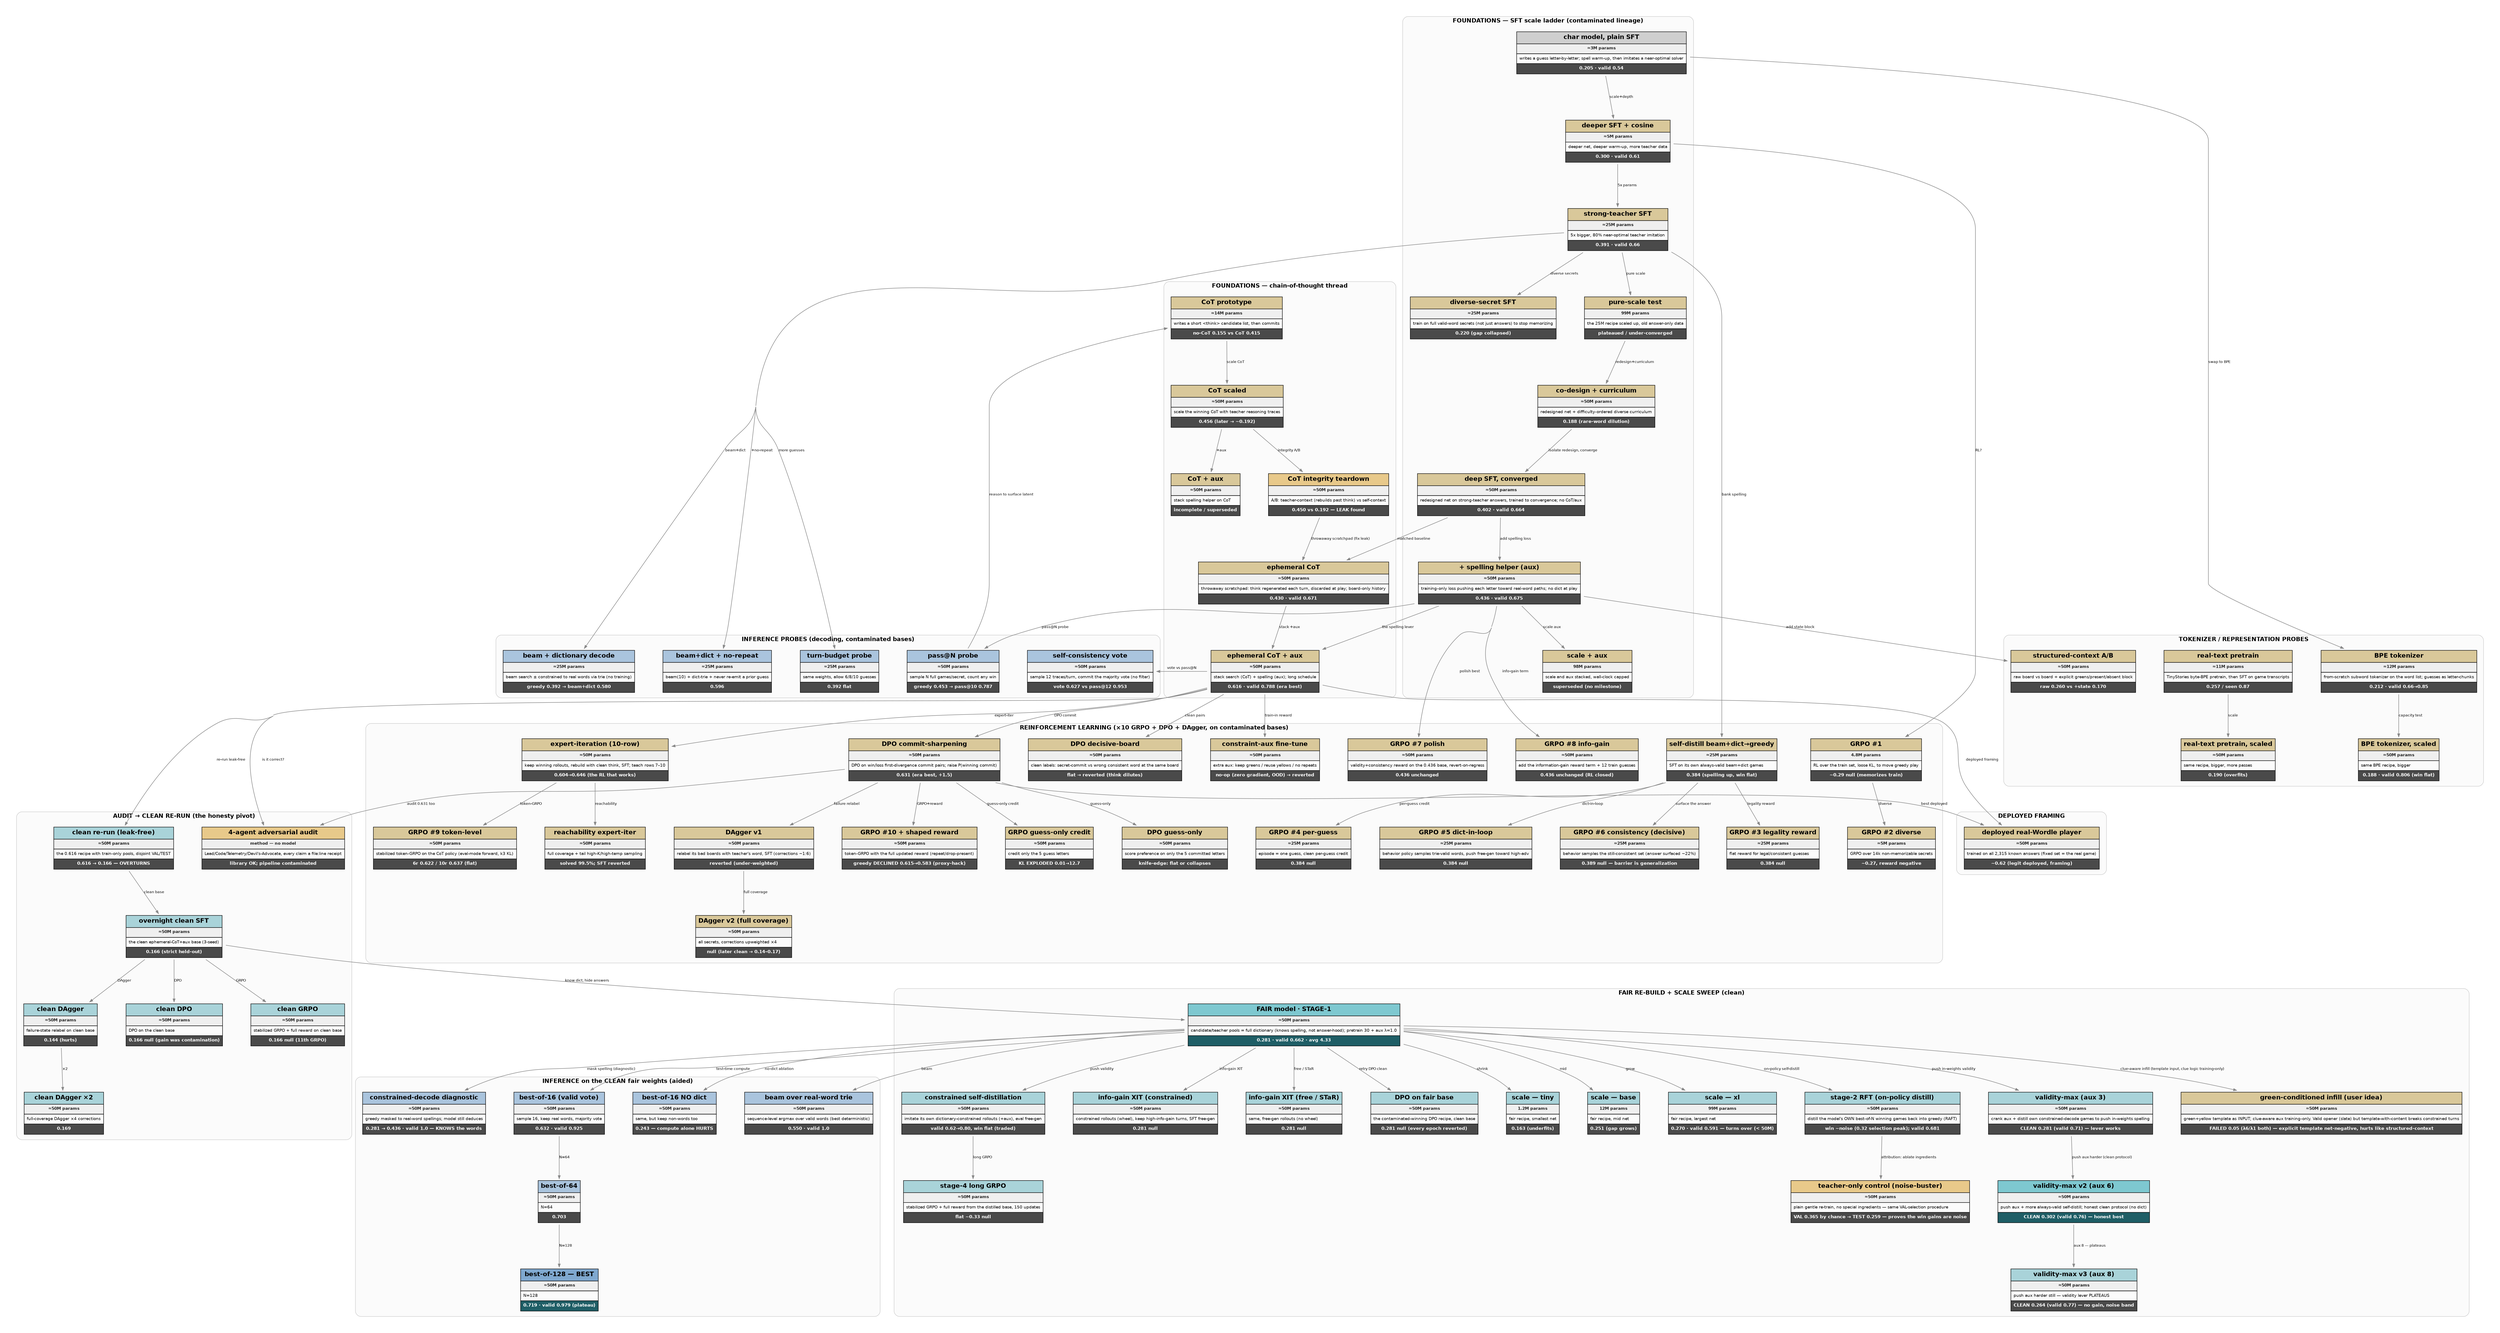
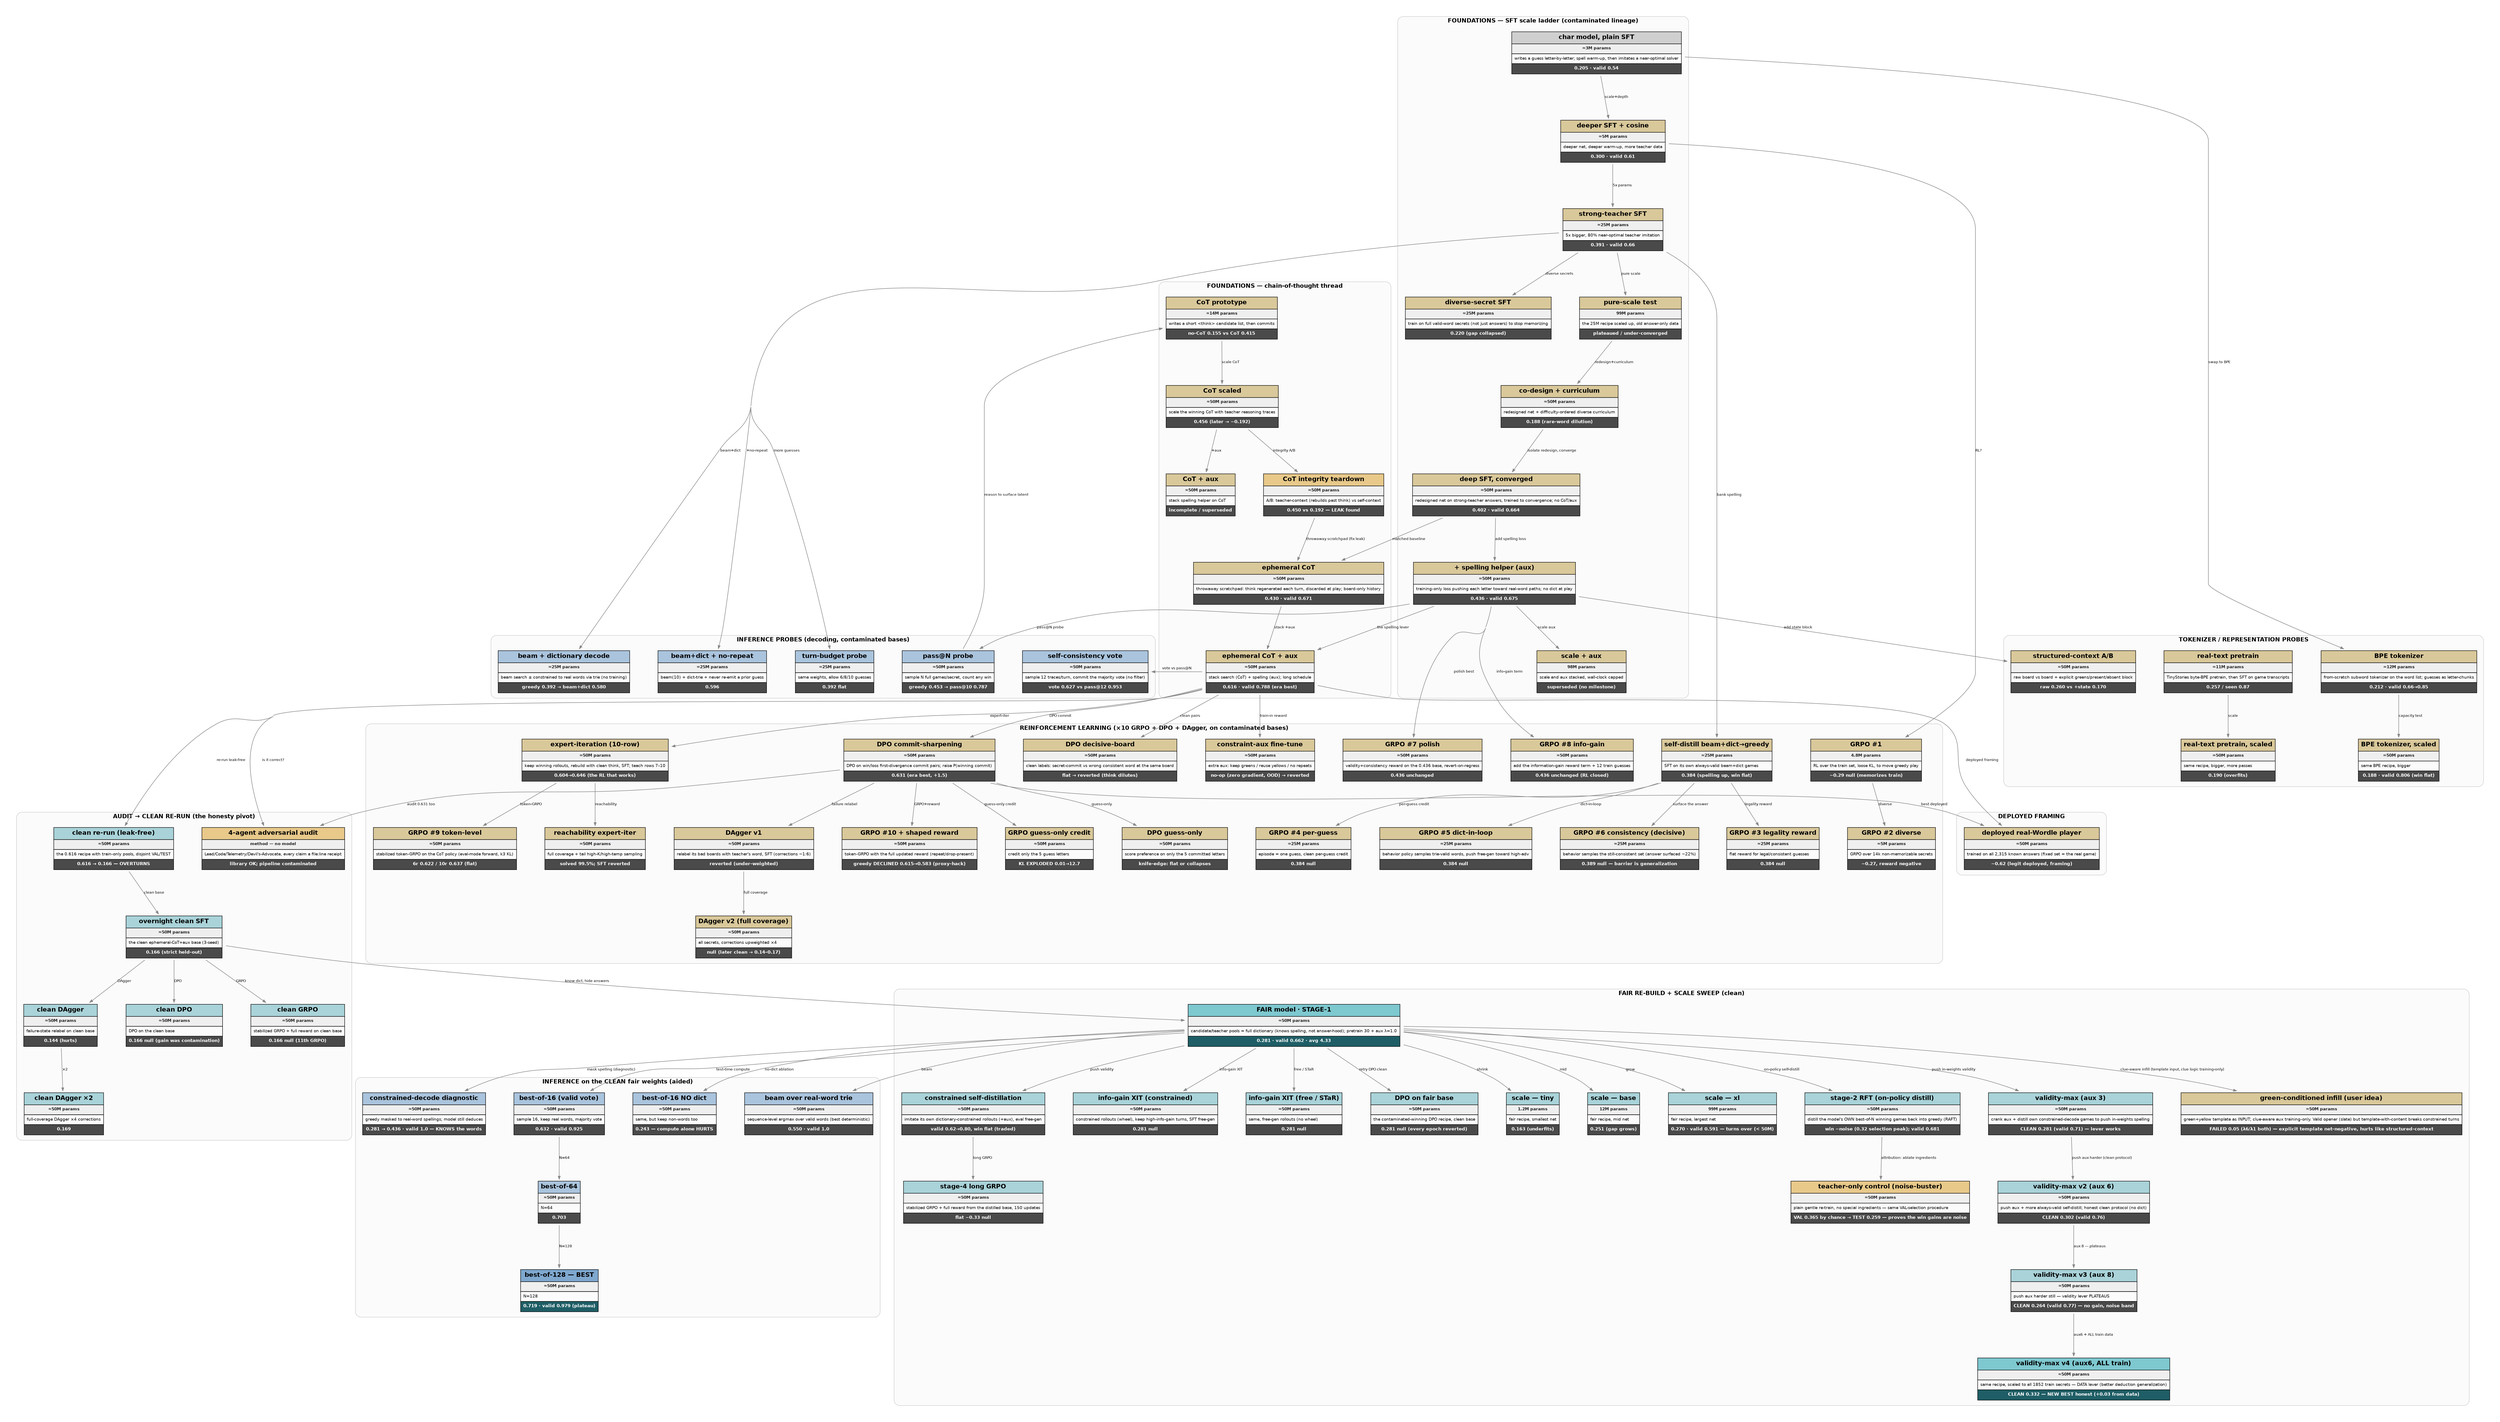
digraph experiments {
  rankdir=TB; bgcolor="white";
  graph [fontname="Helvetica", ranksep=1.2, nodesep=0.65, fontsize=13, concentrate=true, splines=spline, pad=0.4];
  node [shape=plaintext, fontname="Helvetica"];
  edge [fontname="Helvetica", fontsize=8, color="#888888", penwidth=1.1, arrowsize=0.7];
  subgraph cluster_found { label=<<B>FOUNDATIONS — SFT scale ladder (contaminated lineage)</B>>; fontsize=13; color="#cccccc"; style="rounded"; bgcolor="#fbfbfb";
    sft_3m [label=<<TABLE BORDER="0" CELLBORDER="1" CELLSPACING="0" CELLPADDING="5"><TR><TD BGCOLOR="#cfcfcf"><B>char model, plain SFT</B></TD></TR><TR><TD BGCOLOR="#efefef"><FONT POINT-SIZE="9" COLOR="#222222"><B>≈3M params</B></FONT></TD></TR><TR><TD ALIGN="LEFT"><FONT POINT-SIZE="9">writes a guess letter-by-letter; spell warm-up, then imitates a near-optimal solver</FONT></TD></TR><TR><TD BGCOLOR="#4a4a4a"><FONT COLOR="white" POINT-SIZE="10"><B>0.205 · valid 0.54</B></FONT></TD></TR></TABLE>>];
    sft_5m [label=<<TABLE BORDER="0" CELLBORDER="1" CELLSPACING="0" CELLPADDING="5"><TR><TD BGCOLOR="#d9c89a"><B>deeper SFT + cosine</B></TD></TR><TR><TD BGCOLOR="#efefef"><FONT POINT-SIZE="9" COLOR="#222222"><B>≈5M params</B></FONT></TD></TR><TR><TD ALIGN="LEFT"><FONT POINT-SIZE="9">deeper net, deeper warm-up, more teacher data</FONT></TD></TR><TR><TD BGCOLOR="#4a4a4a"><FONT COLOR="white" POINT-SIZE="10"><B>0.300 · valid 0.61</B></FONT></TD></TR></TABLE>>];
    sft_25m [label=<<TABLE BORDER="0" CELLBORDER="1" CELLSPACING="0" CELLPADDING="5"><TR><TD BGCOLOR="#d9c89a"><B>strong-teacher SFT</B></TD></TR><TR><TD BGCOLOR="#efefef"><FONT POINT-SIZE="9" COLOR="#222222"><B>≈25M params</B></FONT></TD></TR><TR><TD ALIGN="LEFT"><FONT POINT-SIZE="9">5x bigger, 80% near-optimal teacher imitation</FONT></TD></TR><TR><TD BGCOLOR="#4a4a4a"><FONT COLOR="white" POINT-SIZE="10"><B>0.391 · valid 0.66</B></FONT></TD></TR></TABLE>>];
    sft_25m_div [label=<<TABLE BORDER="0" CELLBORDER="1" CELLSPACING="0" CELLPADDING="5"><TR><TD BGCOLOR="#d9c89a"><B>diverse-secret SFT</B></TD></TR><TR><TD BGCOLOR="#efefef"><FONT POINT-SIZE="9" COLOR="#222222"><B>≈25M params</B></FONT></TD></TR><TR><TD ALIGN="LEFT"><FONT POINT-SIZE="9">train on full valid-word secrets (not just answers) to stop memorizing</FONT></TD></TR><TR><TD BGCOLOR="#4a4a4a"><FONT COLOR="white" POINT-SIZE="10"><B>0.220 (gap collapsed)</B></FONT></TD></TR></TABLE>>];
    scale_99m [label=<<TABLE BORDER="0" CELLBORDER="1" CELLSPACING="0" CELLPADDING="5"><TR><TD BGCOLOR="#d9c89a"><B>pure-scale test</B></TD></TR><TR><TD BGCOLOR="#efefef"><FONT POINT-SIZE="9" COLOR="#222222"><B>99M params</B></FONT></TD></TR><TR><TD ALIGN="LEFT"><FONT POINT-SIZE="9">the 25M recipe scaled up, old answer-only data</FONT></TD></TR><TR><TD BGCOLOR="#4a4a4a"><FONT COLOR="white" POINT-SIZE="10"><B>plateaued / under-converged</B></FONT></TD></TR></TABLE>>];
    codesign_50m [label=<<TABLE BORDER="0" CELLBORDER="1" CELLSPACING="0" CELLPADDING="5"><TR><TD BGCOLOR="#d9c89a"><B>co-design + curriculum</B></TD></TR><TR><TD BGCOLOR="#efefef"><FONT POINT-SIZE="9" COLOR="#222222"><B>≈50M params</B></FONT></TD></TR><TR><TD ALIGN="LEFT"><FONT POINT-SIZE="9">redesigned net + difficulty-ordered diverse curriculum</FONT></TD></TR><TR><TD BGCOLOR="#4a4a4a"><FONT COLOR="white" POINT-SIZE="10"><B>0.188 (rare-word dilution)</B></FONT></TD></TR></TABLE>>];
    sft_deep [label=<<TABLE BORDER="0" CELLBORDER="1" CELLSPACING="0" CELLPADDING="5"><TR><TD BGCOLOR="#d9c89a"><B>deep SFT, converged</B></TD></TR><TR><TD BGCOLOR="#efefef"><FONT POINT-SIZE="9" COLOR="#222222"><B>≈50M params</B></FONT></TD></TR><TR><TD ALIGN="LEFT"><FONT POINT-SIZE="9">redesigned net on strong-teacher answers, trained to convergence; no CoT/aux</FONT></TD></TR><TR><TD BGCOLOR="#4a4a4a"><FONT COLOR="white" POINT-SIZE="10"><B>0.402 · valid 0.664</B></FONT></TD></TR></TABLE>>];
    sft_aux [label=<<TABLE BORDER="0" CELLBORDER="1" CELLSPACING="0" CELLPADDING="5"><TR><TD BGCOLOR="#d9c89a"><B>+ spelling helper (aux)</B></TD></TR><TR><TD BGCOLOR="#efefef"><FONT POINT-SIZE="9" COLOR="#222222"><B>≈50M params</B></FONT></TD></TR><TR><TD ALIGN="LEFT"><FONT POINT-SIZE="9">training-only loss pushing each letter toward real-word paths; no dict at play</FONT></TD></TR><TR><TD BGCOLOR="#4a4a4a"><FONT COLOR="white" POINT-SIZE="10"><B>0.436 · valid 0.675</B></FONT></TD></TR></TABLE>>];
    sft_aux_xl [label=<<TABLE BORDER="0" CELLBORDER="1" CELLSPACING="0" CELLPADDING="5"><TR><TD BGCOLOR="#d9c89a"><B>scale + aux</B></TD></TR><TR><TD BGCOLOR="#efefef"><FONT POINT-SIZE="9" COLOR="#222222"><B>98M params</B></FONT></TD></TR><TR><TD ALIGN="LEFT"><FONT POINT-SIZE="9">scale and aux stacked, wall-clock capped</FONT></TD></TR><TR><TD BGCOLOR="#4a4a4a"><FONT COLOR="white" POINT-SIZE="10"><B>superseded (no milestone)</B></FONT></TD></TR></TABLE>>];
  }
  subgraph cluster_cot { label=<<B>FOUNDATIONS — chain-of-thought thread</B>>; fontsize=13; color="#cccccc"; style="rounded"; bgcolor="#fbfbfb";
    cot_14m [label=<<TABLE BORDER="0" CELLBORDER="1" CELLSPACING="0" CELLPADDING="5"><TR><TD BGCOLOR="#d9c89a"><B>CoT prototype</B></TD></TR><TR><TD BGCOLOR="#efefef"><FONT POINT-SIZE="9" COLOR="#222222"><B>≈14M params</B></FONT></TD></TR><TR><TD ALIGN="LEFT"><FONT POINT-SIZE="9">writes a short &lt;think&gt; candidate list, then commits</FONT></TD></TR><TR><TD BGCOLOR="#4a4a4a"><FONT COLOR="white" POINT-SIZE="10"><B>no-CoT 0.155 vs CoT 0.415</B></FONT></TD></TR></TABLE>>];
    cot_50m [label=<<TABLE BORDER="0" CELLBORDER="1" CELLSPACING="0" CELLPADDING="5"><TR><TD BGCOLOR="#d9c89a"><B>CoT scaled</B></TD></TR><TR><TD BGCOLOR="#efefef"><FONT POINT-SIZE="9" COLOR="#222222"><B>≈50M params</B></FONT></TD></TR><TR><TD ALIGN="LEFT"><FONT POINT-SIZE="9">scale the winning CoT with teacher reasoning traces</FONT></TD></TR><TR><TD BGCOLOR="#4a4a4a"><FONT COLOR="white" POINT-SIZE="10"><B>0.456 (later → ~0.192)</B></FONT></TD></TR></TABLE>>];
    cot_50m_aux [label=<<TABLE BORDER="0" CELLBORDER="1" CELLSPACING="0" CELLPADDING="5"><TR><TD BGCOLOR="#d9c89a"><B>CoT + aux</B></TD></TR><TR><TD BGCOLOR="#efefef"><FONT POINT-SIZE="9" COLOR="#222222"><B>≈50M params</B></FONT></TD></TR><TR><TD ALIGN="LEFT"><FONT POINT-SIZE="9">stack spelling helper on CoT</FONT></TD></TR><TR><TD BGCOLOR="#4a4a4a"><FONT COLOR="white" POINT-SIZE="10"><B>incomplete / superseded</B></FONT></TD></TR></TABLE>>];
    cot_show [label=<<TABLE BORDER="0" CELLBORDER="1" CELLSPACING="0" CELLPADDING="5"><TR><TD BGCOLOR="#e8c98a"><B>CoT integrity teardown</B></TD></TR><TR><TD BGCOLOR="#efefef"><FONT POINT-SIZE="9" COLOR="#222222"><B>≈50M params</B></FONT></TD></TR><TR><TD ALIGN="LEFT"><FONT POINT-SIZE="9">A/B: teacher-context (rebuilds past think) vs self-context</FONT></TD></TR><TR><TD BGCOLOR="#4a4a4a"><FONT COLOR="white" POINT-SIZE="10"><B>0.450 vs 0.192 — LEAK found</B></FONT></TD></TR></TABLE>>];
    cot_eph [label=<<TABLE BORDER="0" CELLBORDER="1" CELLSPACING="0" CELLPADDING="5"><TR><TD BGCOLOR="#d9c89a"><B>ephemeral CoT</B></TD></TR><TR><TD BGCOLOR="#efefef"><FONT POINT-SIZE="9" COLOR="#222222"><B>≈50M params</B></FONT></TD></TR><TR><TD ALIGN="LEFT"><FONT POINT-SIZE="9">throwaway scratchpad: think regenerated each turn, discarded at play; board-only history</FONT></TD></TR><TR><TD BGCOLOR="#4a4a4a"><FONT COLOR="white" POINT-SIZE="10"><B>0.430 · valid 0.671</B></FONT></TD></TR></TABLE>>];
    cot_eph_aux [label=<<TABLE BORDER="0" CELLBORDER="1" CELLSPACING="0" CELLPADDING="5"><TR><TD BGCOLOR="#d9c89a"><B>ephemeral CoT + aux</B></TD></TR><TR><TD BGCOLOR="#efefef"><FONT POINT-SIZE="9" COLOR="#222222"><B>≈50M params</B></FONT></TD></TR><TR><TD ALIGN="LEFT"><FONT POINT-SIZE="9">stack search (CoT) + spelling (aux); long schedule</FONT></TD></TR><TR><TD BGCOLOR="#4a4a4a"><FONT COLOR="white" POINT-SIZE="10"><B>0.616 · valid 0.788 (era best)</B></FONT></TD></TR></TABLE>>];
  }
  subgraph cluster_val { label=<<B>TOKENIZER / REPRESENTATION PROBES</B>>; fontsize=13; color="#cccccc"; style="rounded"; bgcolor="#fbfbfb";
    bpe_12m [label=<<TABLE BORDER="0" CELLBORDER="1" CELLSPACING="0" CELLPADDING="5"><TR><TD BGCOLOR="#d9c89a"><B>BPE tokenizer</B></TD></TR><TR><TD BGCOLOR="#efefef"><FONT POINT-SIZE="9" COLOR="#222222"><B>≈12M params</B></FONT></TD></TR><TR><TD ALIGN="LEFT"><FONT POINT-SIZE="9">from-scratch subword tokenizer on the word list; guesses as letter-chunks</FONT></TD></TR><TR><TD BGCOLOR="#4a4a4a"><FONT COLOR="white" POINT-SIZE="10"><B>0.212 · valid 0.66→0.85</B></FONT></TD></TR></TABLE>>];
    bpe_50m [label=<<TABLE BORDER="0" CELLBORDER="1" CELLSPACING="0" CELLPADDING="5"><TR><TD BGCOLOR="#d9c89a"><B>BPE tokenizer, scaled</B></TD></TR><TR><TD BGCOLOR="#efefef"><FONT POINT-SIZE="9" COLOR="#222222"><B>≈50M params</B></FONT></TD></TR><TR><TD ALIGN="LEFT"><FONT POINT-SIZE="9">same BPE recipe, bigger</FONT></TD></TR><TR><TD BGCOLOR="#4a4a4a"><FONT COLOR="white" POINT-SIZE="10"><B>0.188 · valid 0.806 (win flat)</B></FONT></TD></TR></TABLE>>];
    oreo_11m [label=<<TABLE BORDER="0" CELLBORDER="1" CELLSPACING="0" CELLPADDING="5"><TR><TD BGCOLOR="#d9c89a"><B>real-text pretrain</B></TD></TR><TR><TD BGCOLOR="#efefef"><FONT POINT-SIZE="9" COLOR="#222222"><B>≈11M params</B></FONT></TD></TR><TR><TD ALIGN="LEFT"><FONT POINT-SIZE="9">TinyStories byte-BPE pretrain, then SFT on game transcripts</FONT></TD></TR><TR><TD BGCOLOR="#4a4a4a"><FONT COLOR="white" POINT-SIZE="10"><B>0.257 / seen 0.87</B></FONT></TD></TR></TABLE>>];
    oreo_50m [label=<<TABLE BORDER="0" CELLBORDER="1" CELLSPACING="0" CELLPADDING="5"><TR><TD BGCOLOR="#d9c89a"><B>real-text pretrain, scaled</B></TD></TR><TR><TD BGCOLOR="#efefef"><FONT POINT-SIZE="9" COLOR="#222222"><B>≈50M params</B></FONT></TD></TR><TR><TD ALIGN="LEFT"><FONT POINT-SIZE="9">same recipe, bigger, more passes</FONT></TD></TR><TR><TD BGCOLOR="#4a4a4a"><FONT COLOR="white" POINT-SIZE="10"><B>0.190 (overfits)</B></FONT></TD></TR></TABLE>>];
    structured_ctx [label=<<TABLE BORDER="0" CELLBORDER="1" CELLSPACING="0" CELLPADDING="5"><TR><TD BGCOLOR="#d9c89a"><B>structured-context A/B</B></TD></TR><TR><TD BGCOLOR="#efefef"><FONT POINT-SIZE="9" COLOR="#222222"><B>≈50M params</B></FONT></TD></TR><TR><TD ALIGN="LEFT"><FONT POINT-SIZE="9">raw board vs board + explicit greens/present/absent block</FONT></TD></TR><TR><TD BGCOLOR="#4a4a4a"><FONT COLOR="white" POINT-SIZE="10"><B>raw 0.260 vs +state 0.170</B></FONT></TD></TR></TABLE>>];
  }
  subgraph cluster_rl { label=<<B>REINFORCEMENT LEARNING (×10 GRPO + DPO + DAgger, on contaminated bases)</B>>; fontsize=13; color="#cccccc"; style="rounded"; bgcolor="#fbfbfb";
    grpo_5m [label=<<TABLE BORDER="0" CELLBORDER="1" CELLSPACING="0" CELLPADDING="5"><TR><TD BGCOLOR="#d9c89a"><B>GRPO #1</B></TD></TR><TR><TD BGCOLOR="#efefef"><FONT POINT-SIZE="9" COLOR="#222222"><B>4.8M params</B></FONT></TD></TR><TR><TD ALIGN="LEFT"><FONT POINT-SIZE="9">RL over the train set, loose KL, to move greedy play</FONT></TD></TR><TR><TD BGCOLOR="#4a4a4a"><FONT COLOR="white" POINT-SIZE="10"><B>~0.29 null (memorizes train)</B></FONT></TD></TR></TABLE>>];
    grpo_5m_div [label=<<TABLE BORDER="0" CELLBORDER="1" CELLSPACING="0" CELLPADDING="5"><TR><TD BGCOLOR="#d9c89a"><B>GRPO #2 diverse</B></TD></TR><TR><TD BGCOLOR="#efefef"><FONT POINT-SIZE="9" COLOR="#222222"><B>≈5M params</B></FONT></TD></TR><TR><TD ALIGN="LEFT"><FONT POINT-SIZE="9">GRPO over 14k non-memorizable secrets</FONT></TD></TR><TR><TD BGCOLOR="#4a4a4a"><FONT COLOR="white" POINT-SIZE="10"><B>~0.27, reward negative</B></FONT></TD></TR></TABLE>>];
    self_distill_25m [label=<<TABLE BORDER="0" CELLBORDER="1" CELLSPACING="0" CELLPADDING="5"><TR><TD BGCOLOR="#d9c89a"><B>self-distill beam+dict→greedy</B></TD></TR><TR><TD BGCOLOR="#efefef"><FONT POINT-SIZE="9" COLOR="#222222"><B>≈25M params</B></FONT></TD></TR><TR><TD ALIGN="LEFT"><FONT POINT-SIZE="9">SFT on its own always-valid beam+dict games</FONT></TD></TR><TR><TD BGCOLOR="#4a4a4a"><FONT COLOR="white" POINT-SIZE="10"><B>0.384 (spelling up, win flat)</B></FONT></TD></TR></TABLE>>];
    rl_consistency [label=<<TABLE BORDER="0" CELLBORDER="1" CELLSPACING="0" CELLPADDING="5"><TR><TD BGCOLOR="#d9c89a"><B>GRPO #3 legality reward</B></TD></TR><TR><TD BGCOLOR="#efefef"><FONT POINT-SIZE="9" COLOR="#222222"><B>≈25M params</B></FONT></TD></TR><TR><TD ALIGN="LEFT"><FONT POINT-SIZE="9">flat reward for legal/consistent guesses</FONT></TD></TR><TR><TD BGCOLOR="#4a4a4a"><FONT COLOR="white" POINT-SIZE="10"><B>0.384 null</B></FONT></TD></TR></TABLE>>];
    rl_perguess [label=<<TABLE BORDER="0" CELLBORDER="1" CELLSPACING="0" CELLPADDING="5"><TR><TD BGCOLOR="#d9c89a"><B>GRPO #4 per-guess</B></TD></TR><TR><TD BGCOLOR="#efefef"><FONT POINT-SIZE="9" COLOR="#222222"><B>≈25M params</B></FONT></TD></TR><TR><TD ALIGN="LEFT"><FONT POINT-SIZE="9">episode = one guess, clean per-guess credit</FONT></TD></TR><TR><TD BGCOLOR="#4a4a4a"><FONT COLOR="white" POINT-SIZE="10"><B>0.384 null</B></FONT></TD></TR></TABLE>>];
    rl_dict [label=<<TABLE BORDER="0" CELLBORDER="1" CELLSPACING="0" CELLPADDING="5"><TR><TD BGCOLOR="#d9c89a"><B>GRPO #5 dict-in-loop</B></TD></TR><TR><TD BGCOLOR="#efefef"><FONT POINT-SIZE="9" COLOR="#222222"><B>≈25M params</B></FONT></TD></TR><TR><TD ALIGN="LEFT"><FONT POINT-SIZE="9">behavior policy samples trie-valid words, push free-gen toward high-adv</FONT></TD></TR><TR><TD BGCOLOR="#4a4a4a"><FONT COLOR="white" POINT-SIZE="10"><B>0.384 null</B></FONT></TD></TR></TABLE>>];
    rl_constrained [label=<<TABLE BORDER="0" CELLBORDER="1" CELLSPACING="0" CELLPADDING="5"><TR><TD BGCOLOR="#d9c89a"><B>GRPO #6 consistency (decisive)</B></TD></TR><TR><TD BGCOLOR="#efefef"><FONT POINT-SIZE="9" COLOR="#222222"><B>≈25M params</B></FONT></TD></TR><TR><TD ALIGN="LEFT"><FONT POINT-SIZE="9">behavior samples the still-consistent set (answer surfaced ~22%)</FONT></TD></TR><TR><TD BGCOLOR="#4a4a4a"><FONT COLOR="white" POINT-SIZE="10"><B>0.389 null — barrier is generalization</B></FONT></TD></TR></TABLE>>];
    rl_polish [label=<<TABLE BORDER="0" CELLBORDER="1" CELLSPACING="0" CELLPADDING="5"><TR><TD BGCOLOR="#d9c89a"><B>GRPO #7 polish</B></TD></TR><TR><TD BGCOLOR="#efefef"><FONT POINT-SIZE="9" COLOR="#222222"><B>≈50M params</B></FONT></TD></TR><TR><TD ALIGN="LEFT"><FONT POINT-SIZE="9">validity+consistency reward on the 0.436 base, revert-on-regress</FONT></TD></TR><TR><TD BGCOLOR="#4a4a4a"><FONT COLOR="white" POINT-SIZE="10"><B>0.436 unchanged</B></FONT></TD></TR></TABLE>>];
    rl_infogain [label=<<TABLE BORDER="0" CELLBORDER="1" CELLSPACING="0" CELLPADDING="5"><TR><TD BGCOLOR="#d9c89a"><B>GRPO #8 info-gain</B></TD></TR><TR><TD BGCOLOR="#efefef"><FONT POINT-SIZE="9" COLOR="#222222"><B>≈50M params</B></FONT></TD></TR><TR><TD ALIGN="LEFT"><FONT POINT-SIZE="9">add the information-gain reward term + 12 train guesses</FONT></TD></TR><TR><TD BGCOLOR="#4a4a4a"><FONT COLOR="white" POINT-SIZE="10"><B>0.436 unchanged (RL closed)</B></FONT></TD></TR></TABLE>>];
    rl_expert_10row [label=<<TABLE BORDER="0" CELLBORDER="1" CELLSPACING="0" CELLPADDING="5"><TR><TD BGCOLOR="#d9c89a"><B>expert-iteration (10-row)</B></TD></TR><TR><TD BGCOLOR="#efefef"><FONT POINT-SIZE="9" COLOR="#222222"><B>≈50M params</B></FONT></TD></TR><TR><TD ALIGN="LEFT"><FONT POINT-SIZE="9">keep winning rollouts, rebuild with clean think, SFT; teach rows 7–10</FONT></TD></TR><TR><TD BGCOLOR="#4a4a4a"><FONT COLOR="white" POINT-SIZE="10"><B>0.604→0.646 (the RL that works)</B></FONT></TD></TR></TABLE>>];
    rl_expert_tail [label=<<TABLE BORDER="0" CELLBORDER="1" CELLSPACING="0" CELLPADDING="5"><TR><TD BGCOLOR="#d9c89a"><B>reachability expert-iter</B></TD></TR><TR><TD BGCOLOR="#efefef"><FONT POINT-SIZE="9" COLOR="#222222"><B>≈50M params</B></FONT></TD></TR><TR><TD ALIGN="LEFT"><FONT POINT-SIZE="9">full coverage + tail high-K/high-temp sampling</FONT></TD></TR><TR><TD BGCOLOR="#4a4a4a"><FONT COLOR="white" POINT-SIZE="10"><B>solved 99.5%; SFT reverted</B></FONT></TD></TR></TABLE>>];
    rl_grpo_polish [label=<<TABLE BORDER="0" CELLBORDER="1" CELLSPACING="0" CELLPADDING="5"><TR><TD BGCOLOR="#d9c89a"><B>GRPO #9 token-level</B></TD></TR><TR><TD BGCOLOR="#efefef"><FONT POINT-SIZE="9" COLOR="#222222"><B>≈50M params</B></FONT></TD></TR><TR><TD ALIGN="LEFT"><FONT POINT-SIZE="9">stabilized token-GRPO on the CoT policy (eval-mode forward, k3 KL)</FONT></TD></TR><TR><TD BGCOLOR="#4a4a4a"><FONT COLOR="white" POINT-SIZE="10"><B>6r 0.622 / 10r 0.637 (flat)</B></FONT></TD></TR></TABLE>>];
    dpo_commit [label=<<TABLE BORDER="0" CELLBORDER="1" CELLSPACING="0" CELLPADDING="5"><TR><TD BGCOLOR="#d9c89a"><B>DPO commit-sharpening</B></TD></TR><TR><TD BGCOLOR="#efefef"><FONT POINT-SIZE="9" COLOR="#222222"><B>≈50M params</B></FONT></TD></TR><TR><TD ALIGN="LEFT"><FONT POINT-SIZE="9">DPO on win/loss first-divergence commit pairs; raise P(winning commit)</FONT></TD></TR><TR><TD BGCOLOR="#4a4a4a"><FONT COLOR="white" POINT-SIZE="10"><B>0.631 (era best, +1.5)</B></FONT></TD></TR></TABLE>>];
    dpo_decisive [label=<<TABLE BORDER="0" CELLBORDER="1" CELLSPACING="0" CELLPADDING="5"><TR><TD BGCOLOR="#d9c89a"><B>DPO decisive-board</B></TD></TR><TR><TD BGCOLOR="#efefef"><FONT POINT-SIZE="9" COLOR="#222222"><B>≈50M params</B></FONT></TD></TR><TR><TD ALIGN="LEFT"><FONT POINT-SIZE="9">clean labels: secret-commit vs wrong consistent word at the same board</FONT></TD></TR><TR><TD BGCOLOR="#4a4a4a"><FONT COLOR="white" POINT-SIZE="10"><B>flat → reverted (think dilutes)</B></FONT></TD></TR></TABLE>>];
    dpo_guessonly [label=<<TABLE BORDER="0" CELLBORDER="1" CELLSPACING="0" CELLPADDING="5"><TR><TD BGCOLOR="#d9c89a"><B>DPO guess-only</B></TD></TR><TR><TD BGCOLOR="#efefef"><FONT POINT-SIZE="9" COLOR="#222222"><B>≈50M params</B></FONT></TD></TR><TR><TD ALIGN="LEFT"><FONT POINT-SIZE="9">score preference on only the 5 committed letters</FONT></TD></TR><TR><TD BGCOLOR="#4a4a4a"><FONT COLOR="white" POINT-SIZE="10"><B>knife-edge: flat or collapses</B></FONT></TD></TR></TABLE>>];
    constraint_aux [label=<<TABLE BORDER="0" CELLBORDER="1" CELLSPACING="0" CELLPADDING="5"><TR><TD BGCOLOR="#d9c89a"><B>constraint-aux fine-tune</B></TD></TR><TR><TD BGCOLOR="#efefef"><FONT POINT-SIZE="9" COLOR="#222222"><B>≈50M params</B></FONT></TD></TR><TR><TD ALIGN="LEFT"><FONT POINT-SIZE="9">extra aux: keep greens / reuse yellows / no repeats</FONT></TD></TR><TR><TD BGCOLOR="#4a4a4a"><FONT COLOR="white" POINT-SIZE="10"><B>no-op (zero gradient, OOD) → reverted</B></FONT></TD></TR></TABLE>>];
    dagger_v1 [label=<<TABLE BORDER="0" CELLBORDER="1" CELLSPACING="0" CELLPADDING="5"><TR><TD BGCOLOR="#d9c89a"><B>DAgger v1</B></TD></TR><TR><TD BGCOLOR="#efefef"><FONT POINT-SIZE="9" COLOR="#222222"><B>≈50M params</B></FONT></TD></TR><TR><TD ALIGN="LEFT"><FONT POINT-SIZE="9">relabel its bad boards with teacher's word, SFT (corrections ~1:6)</FONT></TD></TR><TR><TD BGCOLOR="#4a4a4a"><FONT COLOR="white" POINT-SIZE="10"><B>reverted (under-weighted)</B></FONT></TD></TR></TABLE>>];
    rl_grpo_reward [label=<<TABLE BORDER="0" CELLBORDER="1" CELLSPACING="0" CELLPADDING="5"><TR><TD BGCOLOR="#d9c89a"><B>GRPO #10 + shaped reward</B></TD></TR><TR><TD BGCOLOR="#efefef"><FONT POINT-SIZE="9" COLOR="#222222"><B>≈50M params</B></FONT></TD></TR><TR><TD ALIGN="LEFT"><FONT POINT-SIZE="9">token-GRPO with the full updated reward (repeat/drop-present)</FONT></TD></TR><TR><TD BGCOLOR="#4a4a4a"><FONT COLOR="white" POINT-SIZE="10"><B>greedy DECLINED 0.615→0.583 (proxy-hack)</B></FONT></TD></TR></TABLE>>];
    rl_grpo_guessonly [label=<<TABLE BORDER="0" CELLBORDER="1" CELLSPACING="0" CELLPADDING="5"><TR><TD BGCOLOR="#d9c89a"><B>GRPO guess-only credit</B></TD></TR><TR><TD BGCOLOR="#efefef"><FONT POINT-SIZE="9" COLOR="#222222"><B>≈50M params</B></FONT></TD></TR><TR><TD ALIGN="LEFT"><FONT POINT-SIZE="9">credit only the 5 guess letters</FONT></TD></TR><TR><TD BGCOLOR="#4a4a4a"><FONT COLOR="white" POINT-SIZE="10"><B>KL EXPLODED 0.01→12.7</B></FONT></TD></TR></TABLE>>];
    dagger_v2 [label=<<TABLE BORDER="0" CELLBORDER="1" CELLSPACING="0" CELLPADDING="5"><TR><TD BGCOLOR="#d9c89a"><B>DAgger v2 (full coverage)</B></TD></TR><TR><TD BGCOLOR="#efefef"><FONT POINT-SIZE="9" COLOR="#222222"><B>≈50M params</B></FONT></TD></TR><TR><TD ALIGN="LEFT"><FONT POINT-SIZE="9">all secrets, corrections upweighted ×4</FONT></TD></TR><TR><TD BGCOLOR="#4a4a4a"><FONT COLOR="white" POINT-SIZE="10"><B>null (later clean → 0.14–0.17)</B></FONT></TD></TR></TABLE>>];
  }
  subgraph cluster_audit { label=<<B>AUDIT → CLEAN RE-RUN (the honesty pivot)</B>>; fontsize=13; color="#cccccc"; style="rounded"; bgcolor="#fbfbfb";
    audit [label=<<TABLE BORDER="0" CELLBORDER="1" CELLSPACING="0" CELLPADDING="5"><TR><TD BGCOLOR="#e8c98a"><B>4-agent adversarial audit</B></TD></TR><TR><TD BGCOLOR="#efefef"><FONT POINT-SIZE="9" COLOR="#222222"><B>method — no model</B></FONT></TD></TR><TR><TD ALIGN="LEFT"><FONT POINT-SIZE="9">Lead/Code/Telemetry/Devil's-Advocate, every claim a file:line receipt</FONT></TD></TR><TR><TD BGCOLOR="#4a4a4a"><FONT COLOR="white" POINT-SIZE="10"><B>library OK; pipeline contaminated</B></FONT></TD></TR></TABLE>>];
    clean_rerun [label=<<TABLE BORDER="0" CELLBORDER="1" CELLSPACING="0" CELLPADDING="5"><TR><TD BGCOLOR="#a9d3d9"><B>clean re-run (leak-free)</B></TD></TR><TR><TD BGCOLOR="#efefef"><FONT POINT-SIZE="9" COLOR="#222222"><B>≈50M params</B></FONT></TD></TR><TR><TD ALIGN="LEFT"><FONT POINT-SIZE="9">the 0.616 recipe with train-only pools, disjoint VAL/TEST</FONT></TD></TR><TR><TD BGCOLOR="#4a4a4a"><FONT COLOR="white" POINT-SIZE="10"><B>0.616 → 0.166 — OVERTURNS</B></FONT></TD></TR></TABLE>>];
    overnight_clean_sft [label=<<TABLE BORDER="0" CELLBORDER="1" CELLSPACING="0" CELLPADDING="5"><TR><TD BGCOLOR="#a9d3d9"><B>overnight clean SFT</B></TD></TR><TR><TD BGCOLOR="#efefef"><FONT POINT-SIZE="9" COLOR="#222222"><B>≈50M params</B></FONT></TD></TR><TR><TD ALIGN="LEFT"><FONT POINT-SIZE="9">the clean ephemeral-CoT+aux base (3-seed)</FONT></TD></TR><TR><TD BGCOLOR="#4a4a4a"><FONT COLOR="white" POINT-SIZE="10"><B>0.166 (strict held-out)</B></FONT></TD></TR></TABLE>>];
    overnight_clean_dpo [label=<<TABLE BORDER="0" CELLBORDER="1" CELLSPACING="0" CELLPADDING="5"><TR><TD BGCOLOR="#a9d3d9"><B>clean DPO</B></TD></TR><TR><TD BGCOLOR="#efefef"><FONT POINT-SIZE="9" COLOR="#222222"><B>≈50M params</B></FONT></TD></TR><TR><TD ALIGN="LEFT"><FONT POINT-SIZE="9">DPO on the clean base</FONT></TD></TR><TR><TD BGCOLOR="#4a4a4a"><FONT COLOR="white" POINT-SIZE="10"><B>0.166 null (gain was contamination)</B></FONT></TD></TR></TABLE>>];
    overnight_clean_grpo [label=<<TABLE BORDER="0" CELLBORDER="1" CELLSPACING="0" CELLPADDING="5"><TR><TD BGCOLOR="#a9d3d9"><B>clean GRPO</B></TD></TR><TR><TD BGCOLOR="#efefef"><FONT POINT-SIZE="9" COLOR="#222222"><B>≈50M params</B></FONT></TD></TR><TR><TD ALIGN="LEFT"><FONT POINT-SIZE="9">stabilized GRPO + full reward on clean base</FONT></TD></TR><TR><TD BGCOLOR="#4a4a4a"><FONT COLOR="white" POINT-SIZE="10"><B>0.166 null (11th GRPO)</B></FONT></TD></TR></TABLE>>];
    overnight_clean_dagger [label=<<TABLE BORDER="0" CELLBORDER="1" CELLSPACING="0" CELLPADDING="5"><TR><TD BGCOLOR="#a9d3d9"><B>clean DAgger</B></TD></TR><TR><TD BGCOLOR="#efefef"><FONT POINT-SIZE="9" COLOR="#222222"><B>≈50M params</B></FONT></TD></TR><TR><TD ALIGN="LEFT"><FONT POINT-SIZE="9">failure-state relabel on clean base</FONT></TD></TR><TR><TD BGCOLOR="#4a4a4a"><FONT COLOR="white" POINT-SIZE="10"><B>0.144 (hurts)</B></FONT></TD></TR></TABLE>>];
    overnight_clean_dagger2 [label=<<TABLE BORDER="0" CELLBORDER="1" CELLSPACING="0" CELLPADDING="5"><TR><TD BGCOLOR="#a9d3d9"><B>clean DAgger ×2</B></TD></TR><TR><TD BGCOLOR="#efefef"><FONT POINT-SIZE="9" COLOR="#222222"><B>≈50M params</B></FONT></TD></TR><TR><TD ALIGN="LEFT"><FONT POINT-SIZE="9">full-coverage DAgger ×4 corrections</FONT></TD></TR><TR><TD BGCOLOR="#4a4a4a"><FONT COLOR="white" POINT-SIZE="10"><B>0.169</B></FONT></TD></TR></TABLE>>];
  }
  subgraph cluster_scale { label=<<B>FAIR RE-BUILD + SCALE SWEEP (clean)</B>>; fontsize=13; color="#cccccc"; style="rounded"; bgcolor="#fbfbfb";
    fair_stage1 [label=<<TABLE BORDER="0" CELLBORDER="1" CELLSPACING="0" CELLPADDING="5"><TR><TD BGCOLOR="#7ec8d0"><B>FAIR model · STAGE-1</B></TD></TR><TR><TD BGCOLOR="#efefef"><FONT POINT-SIZE="9" COLOR="#222222"><B>≈50M params</B></FONT></TD></TR><TR><TD ALIGN="LEFT"><FONT POINT-SIZE="9">candidate/teacher pools = full dictionary (knows spelling, not answer-hood); pretrain 30 + aux λ=1.0</FONT></TD></TR><TR><TD BGCOLOR="#1f5e66"><FONT COLOR="white" POINT-SIZE="10"><B>0.281 · valid 0.662 · avg 4.33</B></FONT></TD></TR></TABLE>>];
    distill_constrained [label=<<TABLE BORDER="0" CELLBORDER="1" CELLSPACING="0" CELLPADDING="5"><TR><TD BGCOLOR="#a9d3d9"><B>constrained self-distillation</B></TD></TR><TR><TD BGCOLOR="#efefef"><FONT POINT-SIZE="9" COLOR="#222222"><B>≈50M params</B></FONT></TD></TR><TR><TD ALIGN="LEFT"><FONT POINT-SIZE="9">imitate its own dictionary-constrained rollouts (+aux), eval free-gen</FONT></TD></TR><TR><TD BGCOLOR="#4a4a4a"><FONT COLOR="white" POINT-SIZE="10"><B>valid 0.62→0.80, win flat (traded)</B></FONT></TD></TR></TABLE>>];
    infogain_xit_c [label=<<TABLE BORDER="0" CELLBORDER="1" CELLSPACING="0" CELLPADDING="5"><TR><TD BGCOLOR="#a9d3d9"><B>info-gain XIT (constrained)</B></TD></TR><TR><TD BGCOLOR="#efefef"><FONT POINT-SIZE="9" COLOR="#222222"><B>≈50M params</B></FONT></TD></TR><TR><TD ALIGN="LEFT"><FONT POINT-SIZE="9">constrained rollouts (wheel), keep high-info-gain turns, SFT free-gen</FONT></TD></TR><TR><TD BGCOLOR="#4a4a4a"><FONT COLOR="white" POINT-SIZE="10"><B>0.281 null</B></FONT></TD></TR></TABLE>>];
    infogain_xit_f [label=<<TABLE BORDER="0" CELLBORDER="1" CELLSPACING="0" CELLPADDING="5"><TR><TD BGCOLOR="#a9d3d9"><B>info-gain XIT (free / STaR)</B></TD></TR><TR><TD BGCOLOR="#efefef"><FONT POINT-SIZE="9" COLOR="#222222"><B>≈50M params</B></FONT></TD></TR><TR><TD ALIGN="LEFT"><FONT POINT-SIZE="9">same, free-gen rollouts (no wheel)</FONT></TD></TR><TR><TD BGCOLOR="#4a4a4a"><FONT COLOR="white" POINT-SIZE="10"><B>0.281 null</B></FONT></TD></TR></TABLE>>];
    dpo_fair [label=<<TABLE BORDER="0" CELLBORDER="1" CELLSPACING="0" CELLPADDING="5"><TR><TD BGCOLOR="#a9d3d9"><B>DPO on fair base</B></TD></TR><TR><TD BGCOLOR="#efefef"><FONT POINT-SIZE="9" COLOR="#222222"><B>≈50M params</B></FONT></TD></TR><TR><TD ALIGN="LEFT"><FONT POINT-SIZE="9">the contaminated-winning DPO recipe, clean base</FONT></TD></TR><TR><TD BGCOLOR="#4a4a4a"><FONT COLOR="white" POINT-SIZE="10"><B>0.281 null (every epoch reverted)</B></FONT></TD></TR></TABLE>>];
    grpo_full_fair [label=<<TABLE BORDER="0" CELLBORDER="1" CELLSPACING="0" CELLPADDING="5"><TR><TD BGCOLOR="#a9d3d9"><B>stage-4 long GRPO</B></TD></TR><TR><TD BGCOLOR="#efefef"><FONT POINT-SIZE="9" COLOR="#222222"><B>≈50M params</B></FONT></TD></TR><TR><TD ALIGN="LEFT"><FONT POINT-SIZE="9">stabilized GRPO + full reward from the distilled base, 150 updates</FONT></TD></TR><TR><TD BGCOLOR="#4a4a4a"><FONT COLOR="white" POINT-SIZE="10"><B>flat ~0.33 null</B></FONT></TD></TR></TABLE>>];
    scale_tiny [label=<<TABLE BORDER="0" CELLBORDER="1" CELLSPACING="0" CELLPADDING="5"><TR><TD BGCOLOR="#a9d3d9"><B>scale — tiny</B></TD></TR><TR><TD BGCOLOR="#efefef"><FONT POINT-SIZE="9" COLOR="#222222"><B>1.2M params</B></FONT></TD></TR><TR><TD ALIGN="LEFT"><FONT POINT-SIZE="9">fair recipe, smallest net</FONT></TD></TR><TR><TD BGCOLOR="#4a4a4a"><FONT COLOR="white" POINT-SIZE="10"><B>0.163 (underfits)</B></FONT></TD></TR></TABLE>>];
    scale_base [label=<<TABLE BORDER="0" CELLBORDER="1" CELLSPACING="0" CELLPADDING="5"><TR><TD BGCOLOR="#a9d3d9"><B>scale — base</B></TD></TR><TR><TD BGCOLOR="#efefef"><FONT POINT-SIZE="9" COLOR="#222222"><B>12M params</B></FONT></TD></TR><TR><TD ALIGN="LEFT"><FONT POINT-SIZE="9">fair recipe, mid net</FONT></TD></TR><TR><TD BGCOLOR="#4a4a4a"><FONT COLOR="white" POINT-SIZE="10"><B>0.251 (gap grows)</B></FONT></TD></TR></TABLE>>];
    scale_xl [label=<<TABLE BORDER="0" CELLBORDER="1" CELLSPACING="0" CELLPADDING="5"><TR><TD BGCOLOR="#a9d3d9"><B>scale — xl</B></TD></TR><TR><TD BGCOLOR="#efefef"><FONT POINT-SIZE="9" COLOR="#222222"><B>99M params</B></FONT></TD></TR><TR><TD ALIGN="LEFT"><FONT POINT-SIZE="9">fair recipe, largest net</FONT></TD></TR><TR><TD BGCOLOR="#4a4a4a"><FONT COLOR="white" POINT-SIZE="10"><B>0.270 · valid 0.591 — turns over (&lt; 50M)</B></FONT></TD></TR></TABLE>>];
    rft_stage2 [label=<<TABLE BORDER="0" CELLBORDER="1" CELLSPACING="0" CELLPADDING="5"><TR><TD BGCOLOR="#a9d3d9"><B>stage-2 RFT (on-policy distill)</B></TD></TR><TR><TD BGCOLOR="#efefef"><FONT POINT-SIZE="9" COLOR="#222222"><B>≈50M params</B></FONT></TD></TR><TR><TD ALIGN="LEFT"><FONT POINT-SIZE="9">distill the model's OWN best-of-N winning games back into greedy (RAFT)</FONT></TD></TR><TR><TD BGCOLOR="#4a4a4a"><FONT COLOR="white" POINT-SIZE="10"><B>win ~noise (0.32 selection peak); valid 0.681</B></FONT></TD></TR></TABLE>>];
    validity_max [label=<<TABLE BORDER="0" CELLBORDER="1" CELLSPACING="0" CELLPADDING="5"><TR><TD BGCOLOR="#a9d3d9"><B>validity-max (aux 3)</B></TD></TR><TR><TD BGCOLOR="#efefef"><FONT POINT-SIZE="9" COLOR="#222222"><B>≈50M params</B></FONT></TD></TR><TR><TD ALIGN="LEFT"><FONT POINT-SIZE="9">crank aux + distill own constrained-decode games to push in-weights spelling</FONT></TD></TR><TR><TD BGCOLOR="#4a4a4a"><FONT COLOR="white" POINT-SIZE="10"><B>CLEAN 0.281 (valid 0.71) — lever works</B></FONT></TD></TR></TABLE>>];
-     validity_max_v2 [label=<<TABLE BORDER="0" CELLBORDER="1" CELLSPACING="0" CELLPADDING="5"><TR><TD BGCOLOR="#7ec8d0"><B>validity-max v2 (aux 6)</B></TD></TR><TR><TD BGCOLOR="#efefef"><FONT POINT-SIZE="9" COLOR="#222222"><B>≈50M params</B></FONT></TD></TR><TR><TD ALIGN="LEFT"><FONT POINT-SIZE="9">push aux + more always-valid self-distill; honest clean protocol (no dict)</FONT></TD></TR><TR><TD BGCOLOR="#1f5e66"><FONT COLOR="white" POINT-SIZE="10"><B>CLEAN 0.302 (valid 0.76) — honest best</B></FONT></TD></TR></TABLE>>];
+     validity_max_v2 [label=<<TABLE BORDER="0" CELLBORDER="1" CELLSPACING="0" CELLPADDING="5"><TR><TD BGCOLOR="#a9d3d9"><B>validity-max v2 (aux 6)</B></TD></TR><TR><TD BGCOLOR="#efefef"><FONT POINT-SIZE="9" COLOR="#222222"><B>≈50M params</B></FONT></TD></TR><TR><TD ALIGN="LEFT"><FONT POINT-SIZE="9">push aux + more always-valid self-distill; honest clean protocol (no dict)</FONT></TD></TR><TR><TD BGCOLOR="#4a4a4a"><FONT COLOR="white" POINT-SIZE="10"><B>CLEAN 0.302 (valid 0.76)</B></FONT></TD></TR></TABLE>>];
    validity_max_v3 [label=<<TABLE BORDER="0" CELLBORDER="1" CELLSPACING="0" CELLPADDING="5"><TR><TD BGCOLOR="#a9d3d9"><B>validity-max v3 (aux 8)</B></TD></TR><TR><TD BGCOLOR="#efefef"><FONT POINT-SIZE="9" COLOR="#222222"><B>≈50M params</B></FONT></TD></TR><TR><TD ALIGN="LEFT"><FONT POINT-SIZE="9">push aux harder still — validity lever PLATEAUS</FONT></TD></TR><TR><TD BGCOLOR="#4a4a4a"><FONT COLOR="white" POINT-SIZE="10"><B>CLEAN 0.264 (valid 0.77) — no gain, noise band</B></FONT></TD></TR></TABLE>>];
+     validity_max_v4 [label=<<TABLE BORDER="0" CELLBORDER="1" CELLSPACING="0" CELLPADDING="5"><TR><TD BGCOLOR="#7ec8d0"><B>validity-max v4 (aux6, ALL train)</B></TD></TR><TR><TD BGCOLOR="#efefef"><FONT POINT-SIZE="9" COLOR="#222222"><B>≈50M params</B></FONT></TD></TR><TR><TD ALIGN="LEFT"><FONT POINT-SIZE="9">same recipe, scaled to all 1852 train secrets — DATA lever (better deduction generalization)</FONT></TD></TR><TR><TD BGCOLOR="#1f5e66"><FONT COLOR="white" POINT-SIZE="10"><B>CLEAN 0.332 — NEW BEST honest (+0.03 from data)</B></FONT></TD></TR></TABLE>>];
    infill [label=<<TABLE BORDER="0" CELLBORDER="1" CELLSPACING="0" CELLPADDING="5"><TR><TD BGCOLOR="#d9c89a"><B>green-conditioned infill (user idea)</B></TD></TR><TR><TD BGCOLOR="#efefef"><FONT POINT-SIZE="9" COLOR="#222222"><B>≈50M params</B></FONT></TD></TR><TR><TD ALIGN="LEFT"><FONT POINT-SIZE="9">green+yellow template as INPUT; clue-aware aux training-only. Valid opener (slate) but template-with-content breaks constrained turns</FONT></TD></TR><TR><TD BGCOLOR="#4a4a4a"><FONT COLOR="white" POINT-SIZE="10"><B>FAILED 0.05 (λ6/λ1 both) — explicit template net-negative, hurts like structured-context</B></FONT></TD></TR></TABLE>>];
    control_teacher [label=<<TABLE BORDER="0" CELLBORDER="1" CELLSPACING="0" CELLPADDING="5"><TR><TD BGCOLOR="#e8c98a"><B>teacher-only control (noise-buster)</B></TD></TR><TR><TD BGCOLOR="#efefef"><FONT POINT-SIZE="9" COLOR="#222222"><B>≈50M params</B></FONT></TD></TR><TR><TD ALIGN="LEFT"><FONT POINT-SIZE="9">plain gentle re-train, no special ingredients — same VAL-selection procedure</FONT></TD></TR><TR><TD BGCOLOR="#4a4a4a"><FONT COLOR="white" POINT-SIZE="10"><B>VAL 0.365 by chance → TEST 0.259 — proves the win gains are noise</B></FONT></TD></TR></TABLE>>];
  }
  subgraph cluster_inf { label=<<B>INFERENCE PROBES (decoding, contaminated bases)</B>>; fontsize=13; color="#cccccc"; style="rounded"; bgcolor="#fbfbfb";
    beam_dict [label=<<TABLE BORDER="0" CELLBORDER="1" CELLSPACING="0" CELLPADDING="5"><TR><TD BGCOLOR="#aac4dd"><B>beam + dictionary decode</B></TD></TR><TR><TD BGCOLOR="#efefef"><FONT POINT-SIZE="9" COLOR="#222222"><B>≈25M params</B></FONT></TD></TR><TR><TD ALIGN="LEFT"><FONT POINT-SIZE="9">beam search ± constrained to real words via trie (no training)</FONT></TD></TR><TR><TD BGCOLOR="#4a4a4a"><FONT COLOR="white" POINT-SIZE="10"><B>greedy 0.392 → beam+dict 0.580</B></FONT></TD></TR></TABLE>>];
    norepeat_decode [label=<<TABLE BORDER="0" CELLBORDER="1" CELLSPACING="0" CELLPADDING="5"><TR><TD BGCOLOR="#aac4dd"><B>beam+dict + no-repeat</B></TD></TR><TR><TD BGCOLOR="#efefef"><FONT POINT-SIZE="9" COLOR="#222222"><B>≈25M params</B></FONT></TD></TR><TR><TD ALIGN="LEFT"><FONT POINT-SIZE="9">beam(10) + dict-trie + never re-emit a prior guess</FONT></TD></TR><TR><TD BGCOLOR="#4a4a4a"><FONT COLOR="white" POINT-SIZE="10"><B>0.596</B></FONT></TD></TR></TABLE>>];
    turn_budget [label=<<TABLE BORDER="0" CELLBORDER="1" CELLSPACING="0" CELLPADDING="5"><TR><TD BGCOLOR="#aac4dd"><B>turn-budget probe</B></TD></TR><TR><TD BGCOLOR="#efefef"><FONT POINT-SIZE="9" COLOR="#222222"><B>≈25M params</B></FONT></TD></TR><TR><TD ALIGN="LEFT"><FONT POINT-SIZE="9">same weights, allow 6/8/10 guesses</FONT></TD></TR><TR><TD BGCOLOR="#4a4a4a"><FONT COLOR="white" POINT-SIZE="10"><B>0.392 flat</B></FONT></TD></TR></TABLE>>];
    passk [label=<<TABLE BORDER="0" CELLBORDER="1" CELLSPACING="0" CELLPADDING="5"><TR><TD BGCOLOR="#aac4dd"><B>pass@N probe</B></TD></TR><TR><TD BGCOLOR="#efefef"><FONT POINT-SIZE="9" COLOR="#222222"><B>≈50M params</B></FONT></TD></TR><TR><TD ALIGN="LEFT"><FONT POINT-SIZE="9">sample N full games/secret, count any win</FONT></TD></TR><TR><TD BGCOLOR="#4a4a4a"><FONT COLOR="white" POINT-SIZE="10"><B>greedy 0.453 → pass@10 0.787</B></FONT></TD></TR></TABLE>>];
    self_consistency [label=<<TABLE BORDER="0" CELLBORDER="1" CELLSPACING="0" CELLPADDING="5"><TR><TD BGCOLOR="#aac4dd"><B>self-consistency vote</B></TD></TR><TR><TD BGCOLOR="#efefef"><FONT POINT-SIZE="9" COLOR="#222222"><B>≈50M params</B></FONT></TD></TR><TR><TD ALIGN="LEFT"><FONT POINT-SIZE="9">sample 12 traces/turn, commit the majority vote (no filter)</FONT></TD></TR><TR><TD BGCOLOR="#4a4a4a"><FONT COLOR="white" POINT-SIZE="10"><B>vote 0.627 vs pass@12 0.953</B></FONT></TD></TR></TABLE>>];
  }
  subgraph cluster_inf2 { label=<<B>INFERENCE on the CLEAN fair weights (aided)</B>>; fontsize=13; color="#cccccc"; style="rounded"; bgcolor="#fbfbfb";
    constrained_decode [label=<<TABLE BORDER="0" CELLBORDER="1" CELLSPACING="0" CELLPADDING="5"><TR><TD BGCOLOR="#aac4dd"><B>constrained-decode diagnostic</B></TD></TR><TR><TD BGCOLOR="#efefef"><FONT POINT-SIZE="9" COLOR="#222222"><B>≈50M params</B></FONT></TD></TR><TR><TD ALIGN="LEFT"><FONT POINT-SIZE="9">greedy masked to real-word spellings; model still deduces</FONT></TD></TR><TR><TD BGCOLOR="#4a4a4a"><FONT COLOR="white" POINT-SIZE="10"><B>0.281 → 0.436 · valid 1.0 — KNOWS the words</B></FONT></TD></TR></TABLE>>];
    bestof16 [label=<<TABLE BORDER="0" CELLBORDER="1" CELLSPACING="0" CELLPADDING="5"><TR><TD BGCOLOR="#aac4dd"><B>best-of-16 (valid vote)</B></TD></TR><TR><TD BGCOLOR="#efefef"><FONT POINT-SIZE="9" COLOR="#222222"><B>≈50M params</B></FONT></TD></TR><TR><TD ALIGN="LEFT"><FONT POINT-SIZE="9">sample 16, keep real words, majority vote</FONT></TD></TR><TR><TD BGCOLOR="#4a4a4a"><FONT COLOR="white" POINT-SIZE="10"><B>0.632 · valid 0.925</B></FONT></TD></TR></TABLE>>];
    bestof16_nodict [label=<<TABLE BORDER="0" CELLBORDER="1" CELLSPACING="0" CELLPADDING="5"><TR><TD BGCOLOR="#aac4dd"><B>best-of-16 NO dict</B></TD></TR><TR><TD BGCOLOR="#efefef"><FONT POINT-SIZE="9" COLOR="#222222"><B>≈50M params</B></FONT></TD></TR><TR><TD ALIGN="LEFT"><FONT POINT-SIZE="9">same, but keep non-words too</FONT></TD></TR><TR><TD BGCOLOR="#4a4a4a"><FONT COLOR="white" POINT-SIZE="10"><B>0.243 — compute alone HURTS</B></FONT></TD></TR></TABLE>>];
    bestof64 [label=<<TABLE BORDER="0" CELLBORDER="1" CELLSPACING="0" CELLPADDING="5"><TR><TD BGCOLOR="#aac4dd"><B>best-of-64</B></TD></TR><TR><TD BGCOLOR="#efefef"><FONT POINT-SIZE="9" COLOR="#222222"><B>≈50M params</B></FONT></TD></TR><TR><TD ALIGN="LEFT"><FONT POINT-SIZE="9">N=64</FONT></TD></TR><TR><TD BGCOLOR="#4a4a4a"><FONT COLOR="white" POINT-SIZE="10"><B>0.703</B></FONT></TD></TR></TABLE>>];
    bestof128 [label=<<TABLE BORDER="0" CELLBORDER="1" CELLSPACING="0" CELLPADDING="5"><TR><TD BGCOLOR="#7fa8cf"><B>best-of-128 — BEST</B></TD></TR><TR><TD BGCOLOR="#efefef"><FONT POINT-SIZE="9" COLOR="#222222"><B>≈50M params</B></FONT></TD></TR><TR><TD ALIGN="LEFT"><FONT POINT-SIZE="9">N=128</FONT></TD></TR><TR><TD BGCOLOR="#1f5e66"><FONT COLOR="white" POINT-SIZE="10"><B>0.719 · valid 0.979 (plateau)</B></FONT></TD></TR></TABLE>>];
    beam_trie [label=<<TABLE BORDER="0" CELLBORDER="1" CELLSPACING="0" CELLPADDING="5"><TR><TD BGCOLOR="#aac4dd"><B>beam over real-word trie</B></TD></TR><TR><TD BGCOLOR="#efefef"><FONT POINT-SIZE="9" COLOR="#222222"><B>≈50M params</B></FONT></TD></TR><TR><TD ALIGN="LEFT"><FONT POINT-SIZE="9">sequence-level argmax over valid words (best deterministic)</FONT></TD></TR><TR><TD BGCOLOR="#4a4a4a"><FONT COLOR="white" POINT-SIZE="10"><B>0.550 · valid 1.0</B></FONT></TD></TR></TABLE>>];
  }
  subgraph cluster_dep { label=<<B>DEPLOYED FRAMING</B>>; fontsize=13; color="#cccccc"; style="rounded"; bgcolor="#fbfbfb";
    deployed [label=<<TABLE BORDER="0" CELLBORDER="1" CELLSPACING="0" CELLPADDING="5"><TR><TD BGCOLOR="#d9c89a"><B>deployed real-Wordle player</B></TD></TR><TR><TD BGCOLOR="#efefef"><FONT POINT-SIZE="9" COLOR="#222222"><B>≈50M params</B></FONT></TD></TR><TR><TD ALIGN="LEFT"><FONT POINT-SIZE="9">trained on all 2,315 known answers (fixed set = the real game)</FONT></TD></TR><TR><TD BGCOLOR="#4a4a4a"><FONT COLOR="white" POINT-SIZE="10"><B>~0.62 (legit deployed, framing)</B></FONT></TD></TR></TABLE>>];
  }
  sft_3m -> sft_5m [label="scale+depth"];
  sft_5m -> sft_25m [label="5x params"];
  sft_25m -> sft_25m_div [label="diverse secrets"];
  sft_25m -> scale_99m [label="pure scale"];
  scale_99m -> codesign_50m [label="redesign+curriculum"];
  codesign_50m -> sft_deep [label="isolate redesign, converge"];
  sft_deep -> sft_aux [label="add spelling loss"];
  sft_aux -> sft_aux_xl [label="scale aux"];
  sft_3m -> bpe_12m [label="swap to BPE"];
  bpe_12m -> bpe_50m [label="capacity test"];
  oreo_11m -> oreo_50m [label="scale"];
  sft_aux -> structured_ctx [label="add state block"];
  sft_aux -> passk [label="pass@N probe"];
  sft_25m -> beam_dict [label="beam+dict"];
  sft_25m -> norepeat_decode [label="+no-repeat"];
  sft_25m -> turn_budget [label="more guesses"];
  passk -> cot_14m [label="reason to surface latent"];
  cot_14m -> cot_50m [label="scale CoT"];
  cot_50m -> cot_50m_aux [label="+aux"];
  cot_50m -> cot_show [label="integrity A/B"];
  cot_show -> cot_eph [label="throwaway scratchpad (fix leak)"];
  sft_deep -> cot_eph [label="matched baseline"];
  cot_eph -> cot_eph_aux [label="stack +aux"];
  sft_aux -> cot_eph_aux [label="the spelling lever"];
  sft_5m -> grpo_5m [label="RL?"];
  grpo_5m -> grpo_5m_div [label="diverse"];
  sft_25m -> self_distill_25m [label="bank spelling"];
  self_distill_25m -> rl_consistency [label="legality reward"];
  self_distill_25m -> rl_perguess [label="per-guess credit"];
  self_distill_25m -> rl_dict [label="dict-in-loop"];
  self_distill_25m -> rl_constrained [label="surface the answer"];
  sft_aux -> rl_polish [label="polish best"];
  sft_aux -> rl_infogain [label="info-gain term"];
  cot_eph_aux -> rl_expert_10row [label="expert-iter"];
  rl_expert_10row -> rl_expert_tail [label="reachability"];
  rl_expert_10row -> rl_grpo_polish [label="token-GRPO"];
  cot_eph_aux -> self_consistency [label="vote vs pass@N"];
  cot_eph_aux -> dpo_commit [label="DPO commit"];
  cot_eph_aux -> dpo_decisive [label="clean pairs"];
  dpo_commit -> dpo_guessonly [label="guess-only"];
  cot_eph_aux -> constraint_aux [label="train-in reward"];
  dpo_commit -> dagger_v1 [label="failure relabel"];
  dpo_commit -> rl_grpo_reward [label="GRPO+reward"];
  dpo_commit -> rl_grpo_guessonly [label="guess-only credit"];
  dagger_v1 -> dagger_v2 [label="full coverage"];
  cot_eph_aux -> audit [label="is it correct?"];
  dpo_commit -> audit [label="audit 0.631 too"];
  cot_eph_aux -> clean_rerun [label="re-run leak-free"];
  clean_rerun -> overnight_clean_sft [label="clean base"];
  overnight_clean_sft -> overnight_clean_dpo [label="DPO"];
  overnight_clean_sft -> overnight_clean_grpo [label="GRPO"];
  overnight_clean_sft -> overnight_clean_dagger [label="DAgger"];
  overnight_clean_dagger -> overnight_clean_dagger2 [label="×2"];
  overnight_clean_sft -> fair_stage1 [label="know dict, hide answers"];
  fair_stage1 -> distill_constrained [label="push validity"];
  fair_stage1 -> infogain_xit_c [label="info-gain XIT"];
  fair_stage1 -> infogain_xit_f [label="free / STaR"];
  fair_stage1 -> dpo_fair [label="retry DPO clean"];
  distill_constrained -> grpo_full_fair [label="long GRPO"];
  fair_stage1 -> scale_tiny [label="shrink"];
  fair_stage1 -> scale_base [label="mid"];
  fair_stage1 -> scale_xl [label="grow"];
  fair_stage1 -> rft_stage2 [label="on-policy self-distill"];
  fair_stage1 -> validity_max [label="push in-weights validity"];
  rft_stage2 -> control_teacher [label="attribution: ablate ingredients"];
  validity_max -> validity_max_v2 [label="push aux harder (clean protocol)"];
  validity_max_v2 -> validity_max_v3 [label="aux 8 — plateaus"];
+   validity_max_v3 -> validity_max_v4 [label="aux6 + ALL train data"];
  fair_stage1 -> infill [label="clue-aware infill (template input, clue logic training-only)"];
  fair_stage1 -> constrained_decode [label="mask spelling (diagnostic)"];
  fair_stage1 -> bestof16 [label="test-time compute"];
  fair_stage1 -> bestof16_nodict [label="no-dict ablation"];
  bestof16 -> bestof64 [label="N=64"];
  bestof64 -> bestof128 [label="N=128"];
  fair_stage1 -> beam_trie [label="beam"];
  cot_eph_aux -> deployed [label="deployed framing"];
  dpo_commit -> deployed [label="best deployed"];
}
